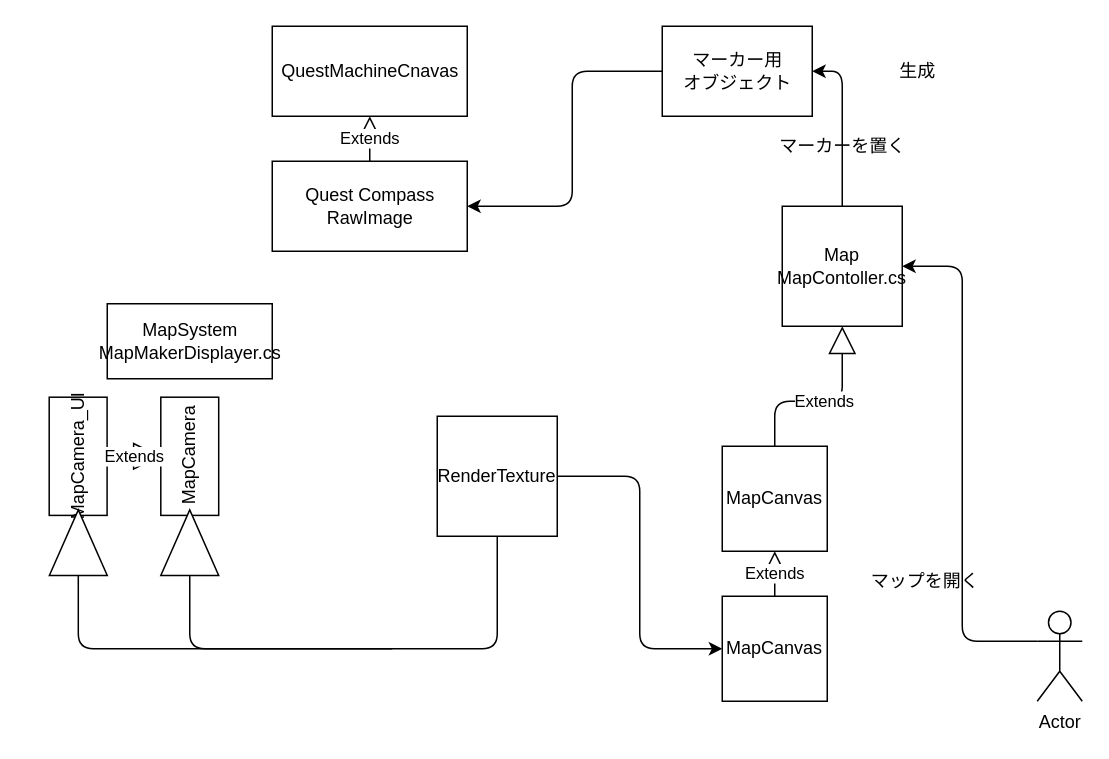
This is ワールドマップ/Mecanism.drawio from Iroha71/UnityScripts, a draw.io file, before an edit. Source tidied: cells renumbered, new cells numbered last; positions are measured from the earlier drawing's top-left corner, leaving out a move shared by most shapes. Both pictures are drawn from the tidied source at 150%, with x=0, y=0 at pixel (18, 26).
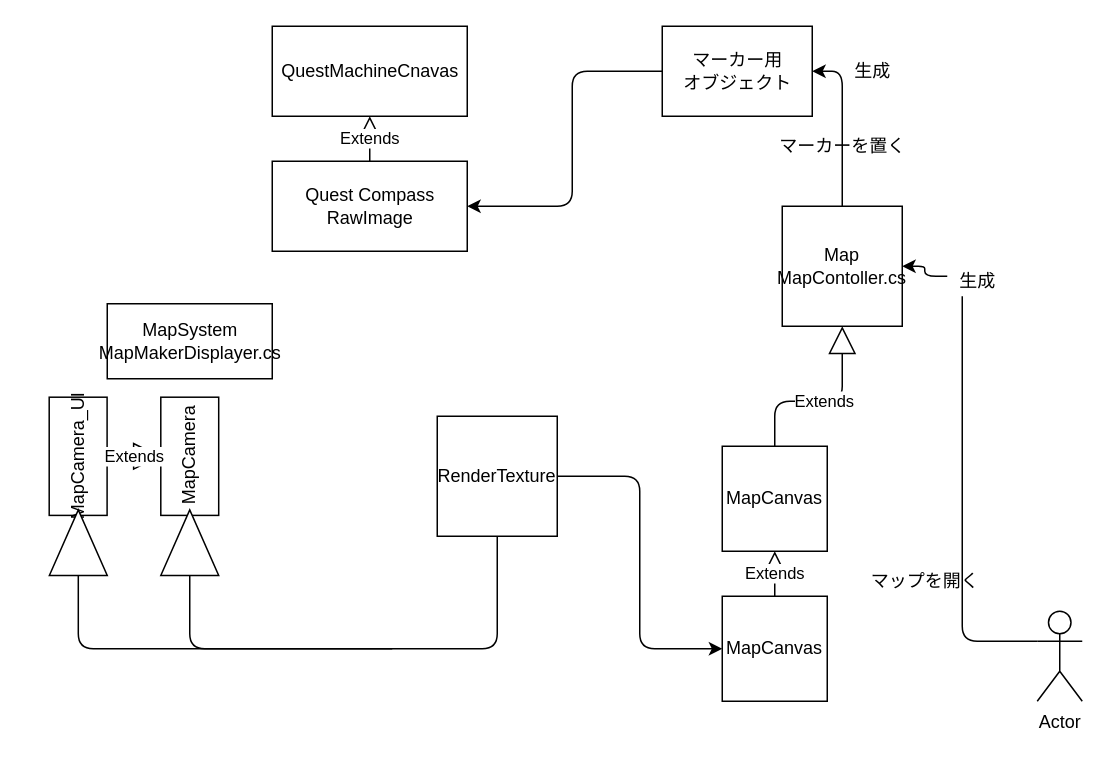
The same diagram, later.

Commit message (it also covers changes not shown here):
[fix] 足りない表記を追加

The change refers to these unchanged cells:
```xml
<mxCell id="3" value="Actor" style="shape=umlActor;verticalLabelPosition=bottom;verticalAlign=top;html=1;" parent="1" vertex="1">
  <mxGeometry x="679" y="390" width="30" height="60" as="geometry" />
</mxCell>
<mxCell id="7" value="Map&lt;br&gt;MapContoller.cs" style="whiteSpace=wrap;html=1;" parent="1" vertex="1">
  <mxGeometry x="509" y="120" width="80" height="80" as="geometry" />
</mxCell>
```

The edit, as a diff of the source:
```diff
@@
-    <mxCell id="8" style="edgeStyle=elbowEdgeStyle;elbow=horizontal;endArrow=classic;html=1;exitX=0;exitY=0.3333333333333333;exitDx=0;exitDy=0;exitPerimeter=0;entryX=1;entryY=0.5;entryDx=0;entryDy=0;" parent="1" edge="1" source="3" target="7">
-      <mxGeometry relative="1" as="geometry">
-        <Array as="points">
-          <mxPoint x="629" y="190" />
-          <mxPoint x="549" y="380" />
-        </Array>
-      </mxGeometry>
+    <mxCell id="8" style="edgeStyle=elbowEdgeStyle;elbow=horizontal;endArrow=classic;html=1;exitX=0;exitY=0.3333333333333333;exitDx=0;exitDy=0;exitPerimeter=0;entryX=1;entryY=0.5;entryDx=0;entryDy=0;startArrow=none;" parent="1" edge="1" source="30" target="7">
+      <mxGeometry relative="1" as="geometry" />
     </mxCell>
@@
     <mxCell id="28" value="生成" style="text;html=1;align=center;verticalAlign=middle;strokeColor=none;fillColor=none;" parent="1" vertex="1">
-      <mxGeometry x="579" y="20" width="40" height="20" as="geometry" />
+      <mxGeometry x="549" y="20" width="40" height="20" as="geometry" />
     </mxCell>
@@
+    <mxCell id="30" value="生成" style="text;html=1;align=center;verticalAlign=middle;points=[];strokeColor=none;fillColor=none;" parent="1" vertex="1">
+      <mxGeometry x="619" y="160" width="40" height="20" as="geometry" />
+    </mxCell>
+    <mxCell id="31" style="edgeStyle=elbowEdgeStyle;elbow=horizontal;endArrow=none;html=1;exitX=0;exitY=0.3333333333333333;exitDx=0;exitDy=0;exitPerimeter=0;" parent="1" edge="1" source="3" target="30">
+      <mxGeometry relative="1" as="geometry">
+        <Array as="points">
+          <mxPoint x="629" y="190" />
+          <mxPoint x="549" y="380" />
+        </Array>
+      </mxGeometry>
+    </mxCell>
```
